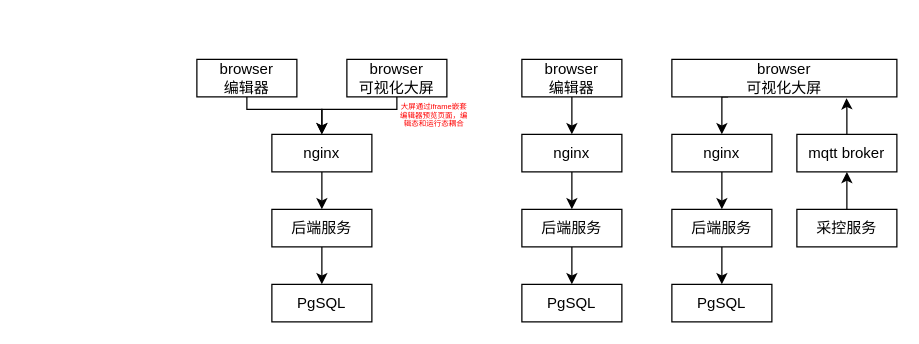
Above: 编辑器大屏解耦.drawio in yqhsmile/draw (draw.io), before the change. Source tidied: cells renumbered, new cells numbered last; positions are measured from the earlier drawing's top-left corner, leaving out a move shared by most shapes. Both pictures are drawn from the tidied source at 125%, with x=0, y=0 at pixel (196, 59).
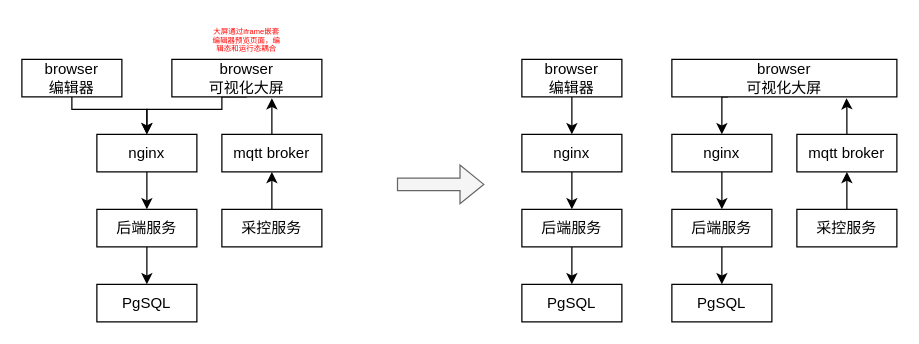
After the change.

Commit message:
更新编辑器大屏解耦.drawio

What changed in the source:
```diff
@@
     <mxCell id="2" style="edgeStyle=orthogonalEdgeStyle;rounded=0;jettySize=auto;html=1;exitX=0.5;exitY=1;exitDx=0;exitDy=0;entryX=0.5;entryY=0;entryDx=0;entryDy=0;" parent="1" edge="1" source="3" target="5">
       <mxGeometry relative="1" as="geometry">
         <Array as="points">
-          <mxPoint x="40" y="40" />
-          <mxPoint x="100" y="40" />
+          <mxPoint x="-100" y="40" />
+          <mxPoint x="-40" y="40" />
         </Array>
       </mxGeometry>
     </mxCell>
     <mxCell id="3" value="browser&lt;div&gt;编辑器&lt;/div&gt;" style="rounded=0;whiteSpace=wrap;html=1;" parent="1" vertex="1">
-      <mxGeometry width="80" height="30" as="geometry" />
+      <mxGeometry x="-140" width="80" height="30" as="geometry" />
     </mxCell>
@@
     <mxCell id="5" value="nginx" style="rounded=0;whiteSpace=wrap;html=1;" parent="1" vertex="1">
-      <mxGeometry x="60" y="60" width="80" height="30" as="geometry" />
+      <mxGeometry x="-80" y="60" width="80" height="30" as="geometry" />
     </mxCell>
@@
     <mxCell id="7" value="后端服务" style="rounded=0;whiteSpace=wrap;html=1;" parent="1" vertex="1">
-      <mxGeometry x="60" y="120" width="80" height="30" as="geometry" />
+      <mxGeometry x="-80" y="120" width="80" height="30" as="geometry" />
     </mxCell>
     <mxCell id="8" value="PgSQL" style="rounded=0;whiteSpace=wrap;html=1;" parent="1" vertex="1">
-      <mxGeometry x="60" y="180" width="80" height="30" as="geometry" />
+      <mxGeometry x="-80" y="180" width="80" height="30" as="geometry" />
     </mxCell>
     <mxCell id="9" style="edgeStyle=orthogonalEdgeStyle;rounded=0;jettySize=auto;html=1;exitX=0.5;exitY=1;exitDx=0;exitDy=0;entryX=0.5;entryY=0;entryDx=0;entryDy=0;" parent="1" edge="1" source="10" target="5">
       <mxGeometry relative="1" as="geometry">
         <Array as="points">
-          <mxPoint x="160" y="40" />
-          <mxPoint x="100" y="40" />
+          <mxPoint x="20" y="40" />
+          <mxPoint x="-40" y="40" />
         </Array>
       </mxGeometry>
     </mxCell>
     <mxCell id="10" value="browser&lt;div&gt;可视化大屏&lt;/div&gt;" style="rounded=0;whiteSpace=wrap;html=1;" parent="1" vertex="1">
-      <mxGeometry x="120" width="80" height="30" as="geometry" />
+      <mxGeometry x="-20" width="120" height="30" as="geometry" />
     </mxCell>
     <mxCell id="11" value="大屏通过iframe嵌套编辑器预览页面，编辑态和运行态耦合" style="text;html=1;align=center;verticalAlign=middle;whiteSpace=wrap;rounded=0;fontSize=6;fontColor=#FF0000;" parent="1" vertex="1">
-      <mxGeometry x="160" y="30" width="60" height="30" as="geometry" />
+      <mxGeometry x="10" y="-30" width="60" height="30" as="geometry" />
     </mxCell>
@@
+    <mxCell id="30" value="mqtt broker" style="rounded=0;whiteSpace=wrap;html=1;" parent="1" vertex="1">
+      <mxGeometry x="20" y="60" width="80" height="30" as="geometry" />
+    </mxCell>
+    <mxCell id="31" style="edgeStyle=orthogonalEdgeStyle;rounded=0;jettySize=auto;html=1;exitX=0.5;exitY=0;exitDx=0;exitDy=0;entryX=0.5;entryY=1;entryDx=0;entryDy=0;" parent="1" edge="1" source="32" target="30">
+      <mxGeometry relative="1" as="geometry" />
+    </mxCell>
+    <mxCell id="32" value="采控服务" style="rounded=0;whiteSpace=wrap;html=1;" parent="1" vertex="1">
+      <mxGeometry x="20" y="120" width="80" height="30" as="geometry" />
+    </mxCell>
+    <mxCell id="33" style="edgeStyle=orthogonalEdgeStyle;rounded=0;jettySize=auto;html=1;entryX=0.776;entryY=1.036;entryDx=0;entryDy=0;entryPerimeter=0;" parent="1" edge="1" source="30">
+      <mxGeometry relative="1" as="geometry">
+        <mxPoint x="60" y="31" as="targetPoint" />
+      </mxGeometry>
+    </mxCell>
+    <mxCell id="34" style="shape=flexArrow;endArrow=classic;html=1;rounded=0;labelBackgroundColor=#E6E6E6;fillColor=#f5f5f5;strokeColor=#666666;" parent="1" edge="1">
+      <mxGeometry relative="1" as="geometry">
+        <mxPoint x="160" y="100" as="sourcePoint" />
+        <mxPoint x="230" y="100" as="targetPoint" />
+      </mxGeometry>
+    </mxCell>
```
